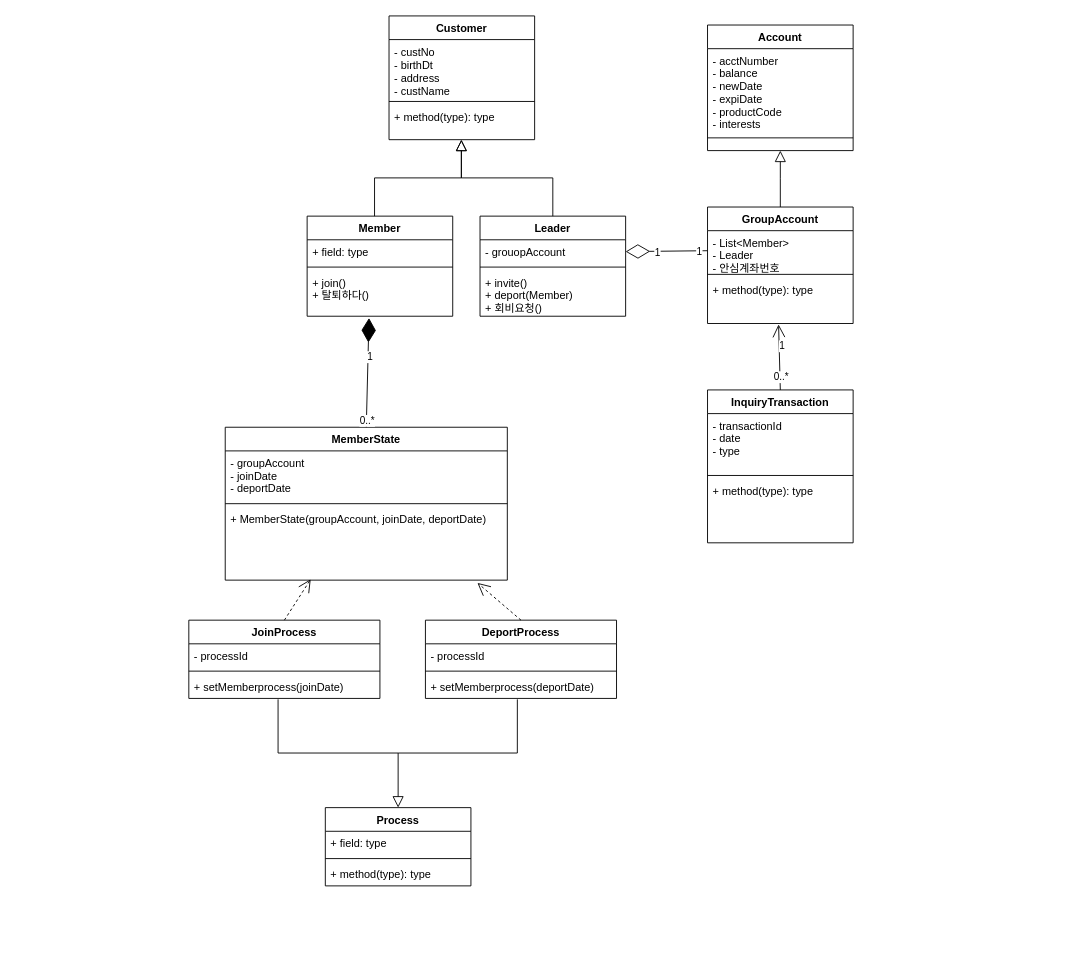
Before: Class Diagram.drawio in h22j2n/BeakJoon, a draw.io diagram. Source tidied: cells renumbered, new cells numbered last; positions are measured from the earlier drawing's top-left corner, leaving out a move shared by most shapes. Both pictures are drawn from the tidied source at 91%, with x=0, y=0 at pixel (188, 15).
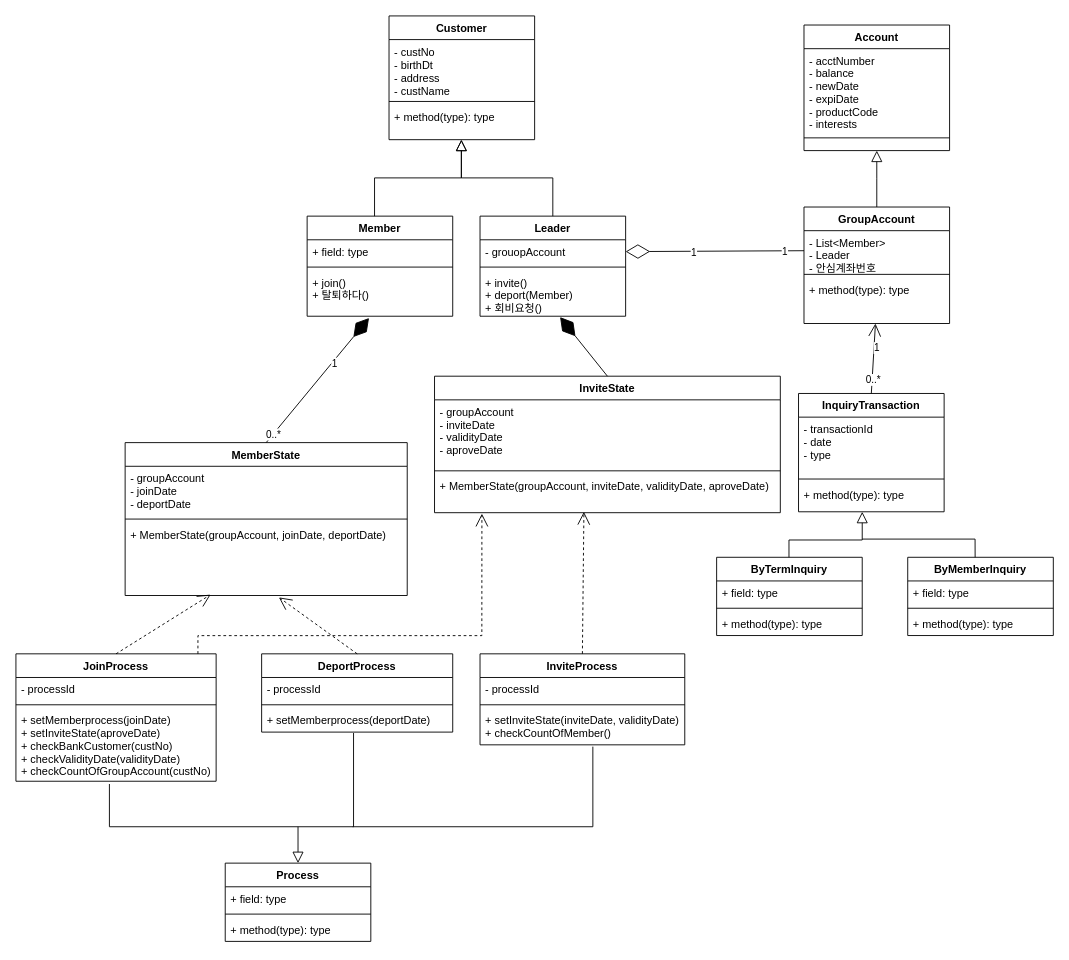
After the change.

The change refers to these unchanged cells:
```xml
<mxCell id="9" value="+ method(type): type" style="text;strokeColor=none;fillColor=none;align=left;verticalAlign=top;spacingLeft=4;spacingRight=4;overflow=hidden;points=[[0,0.5],[1,0.5]];portConstraint=eastwest;" parent="6" vertex="1">
  <mxGeometry y="78" width="160" height="50" as="geometry" />
</mxCell>
<mxCell id="21" value="+ invite()&#10;+ deport(Member)&#10;+ 회비요청()&#10;" style="text;strokeColor=none;fillColor=none;align=left;verticalAlign=top;spacingLeft=4;spacingRight=4;overflow=hidden;points=[[0,0.5],[1,0.5]];portConstraint=eastwest;" parent="18" vertex="1">
  <mxGeometry y="60" width="160" height="50" as="geometry" />
</mxCell>
<mxCell id="30" value="+ MemberState(groupAccount, joinDate, deportDate)" style="text;strokeColor=none;fillColor=none;align=left;verticalAlign=top;spacingLeft=4;spacingRight=4;overflow=hidden;points=[[0,0.5],[1,0.5]];portConstraint=eastwest;" parent="27" vertex="1">
  <mxGeometry y="88" width="310" height="80" as="geometry" />
</mxCell>
<mxCell id="41" value="+ setMemberprocess(deportDate)" style="text;strokeColor=none;fillColor=none;align=left;verticalAlign=top;spacingLeft=4;spacingRight=4;overflow=hidden;points=[[0,0.5],[1,0.5]];portConstraint=eastwest;" parent="38" vertex="1">
  <mxGeometry y="60" width="210" height="26" as="geometry" />
</mxCell>
```

What changed in the source:
```diff
@@
     <mxCell id="2" value="Account" style="swimlane;fontStyle=1;align=center;verticalAlign=top;horizontal=1;startSize=26;rounded=0;shadow=0;strokeWidth=1;" parent="1" vertex="1">
-      <mxGeometry x="570" y="10" width="160" height="138" as="geometry" />
+      <mxGeometry x="676" y="10" width="160" height="138" as="geometry" />
     </mxCell>
@@
     <mxCell id="6" value="GroupAccount" style="swimlane;fontStyle=1;align=center;verticalAlign=top;horizontal=1;startSize=26;" parent="1" vertex="1">
-      <mxGeometry x="570" y="210" width="160" height="128" as="geometry" />
+      <mxGeometry x="676" y="210" width="160" height="128" as="geometry" />
     </mxCell>
@@
     <mxCell id="27" value="MemberState" style="swimlane;fontStyle=1;align=center;verticalAlign=top;horizontal=1;startSize=26;" parent="1" vertex="1">
-      <mxGeometry x="40" y="452" width="310" height="168" as="geometry" />
+      <mxGeometry x="-70" y="468.9" width="310" height="168" as="geometry" />
     </mxCell>
@@
     <mxCell id="34" value="JoinProcess" style="swimlane;fontStyle=1;align=center;verticalAlign=top;horizontal=1;startSize=26;" parent="1" vertex="1">
-      <mxGeometry y="664" width="210" height="86" as="geometry" />
+      <mxGeometry x="-190" y="701" width="220" height="140" as="geometry" />
     </mxCell>
     <mxCell id="35" value="- processId" style="text;strokeColor=none;fillColor=none;align=left;verticalAlign=top;spacingLeft=4;spacingRight=4;overflow=hidden;" parent="34" vertex="1">
-      <mxGeometry y="26" width="210" height="26" as="geometry" />
+      <mxGeometry y="26" width="220" height="26" as="geometry" />
     </mxCell>
     <mxCell id="36" style="line;strokeWidth=1;fillColor=none;align=left;verticalAlign=middle;spacingTop=-1;spacingLeft=3;spacingRight=3;labelPosition=right;" parent="34" vertex="1">
-      <mxGeometry y="52" width="210" height="8" as="geometry" />
+      <mxGeometry y="52" width="220" height="8" as="geometry" />
     </mxCell>
-    <mxCell id="37" value="+ setMemberprocess(joinDate)" style="text;strokeColor=none;fillColor=none;align=left;verticalAlign=top;spacingLeft=4;spacingRight=4;overflow=hidden;points=[[0,0.5],[1,0.5]];portConstraint=eastwest;" parent="34" vertex="1">
-      <mxGeometry y="60" width="210" height="26" as="geometry" />
+    <mxCell id="37" value="+ setMemberprocess(joinDate)&#10;+ setInviteState(aproveDate)&#10;+ checkBankCustomer(custNo)&#10;+ checkValidityDate(validityDate)&#10;+ checkCountOfGroupAccount(custNo)" style="text;strokeColor=none;fillColor=none;align=left;verticalAlign=top;spacingLeft=4;spacingRight=4;overflow=hidden;points=[[0,0.5],[1,0.5]];portConstraint=eastwest;" parent="34" vertex="1">
+      <mxGeometry y="60" width="220" height="80" as="geometry" />
     </mxCell>
     <mxCell id="38" value="DeportProcess" style="swimlane;fontStyle=1;align=center;verticalAlign=top;horizontal=1;startSize=26;" parent="1" vertex="1">
-      <mxGeometry x="260" y="664" width="210" height="86" as="geometry" />
+      <mxGeometry x="80" y="701" width="210" height="86" as="geometry" />
     </mxCell>
@@
     <mxCell id="42" value="Process" style="swimlane;fontStyle=1;align=center;verticalAlign=top;horizontal=1;startSize=26;" parent="1" vertex="1">
-      <mxGeometry x="150" y="870" width="160" height="86" as="geometry" />
+      <mxGeometry x="40" y="931" width="160" height="86" as="geometry" />
     </mxCell>
@@
-    <mxCell id="47" style="endArrow=open;endSize=12;dashed=1;html=1;exitX=0.5;exitY=0;exitDx=0;exitDy=0;entryX=0.894;entryY=1.038;entryDx=0;entryDy=0;entryPerimeter=0;" parent="1" edge="1" source="38" target="30">
+    <mxCell id="47" style="endArrow=open;endSize=12;dashed=1;html=1;exitX=0.5;exitY=0;exitDx=0;exitDy=0;entryX=0.545;entryY=1.026;entryDx=0;entryDy=0;entryPerimeter=0;" parent="1" edge="1" source="38" target="30">
       <mxGeometry relative="1" as="geometry" />
     </mxCell>
     <mxCell id="48" style="endArrow=block;endSize=10;endFill=0;shadow=0;strokeWidth=1;rounded=0;edgeStyle=elbowEdgeStyle;elbow=vertical;exitX=0.467;exitY=1.038;exitDx=0;exitDy=0;entryX=0.5;entryY=0;entryDx=0;entryDy=0;exitPerimeter=0;" parent="1" edge="1" source="37" target="42">
-      <mxGeometry relative="1" as="geometry" />
+      <mxGeometry relative="1" as="geometry">
+        <Array as="points">
+          <mxPoint x="80" y="891" />
+          <mxPoint x="60" y="837.9" />
+        </Array>
+      </mxGeometry>
     </mxCell>
     <mxCell id="49" style="endArrow=none;html=1;entryX=0.481;entryY=1.038;entryDx=0;entryDy=0;entryPerimeter=0;rounded=0;" parent="1" edge="1" target="41">
       <mxGeometry relative="1" as="geometry">
-        <mxPoint x="230" y="810" as="sourcePoint" />
+        <mxPoint x="120" y="891" as="sourcePoint" />
         <Array as="points">
-          <mxPoint x="361" y="810" />
+          <mxPoint x="181" y="891" />
         </Array>
       </mxGeometry>
     </mxCell>
     <mxCell id="50" value="InquiryTransaction" style="swimlane;fontStyle=1;align=center;verticalAlign=top;horizontal=1;startSize=26;" parent="1" vertex="1">
-      <mxGeometry x="570" y="411" width="160" height="168" as="geometry" />
+      <mxGeometry x="670" y="414.9" width="160" height="130" as="geometry" />
     </mxCell>
@@
     <mxCell id="53" value="+ method(type): type" style="text;strokeColor=none;fillColor=none;align=left;verticalAlign=top;spacingLeft=4;spacingRight=4;overflow=hidden;" parent="50" vertex="1">
-      <mxGeometry y="98" width="160" height="70" as="geometry" />
+      <mxGeometry y="98" width="160" height="32" as="geometry" />
     </mxCell>
-    <mxCell id="54" style="endArrow=open;endFill=1;endSize=12;html=1;exitX=0.5;exitY=0;exitDx=0;exitDy=0;entryX=0.488;entryY=1.02;entryDx=0;entryDy=0;entryPerimeter=0;" parent="1" edge="1" source="50" target="9">
+    <mxCell id="54" style="endArrow=open;endFill=1;endSize=12;html=1;exitX=0.5;exitY=0;exitDx=0;exitDy=0;" parent="1" edge="1" source="50" target="9">
       <mxGeometry relative="1" as="geometry" />
     </mxCell>
@@
+    <mxCell id="57" value="ByTermInquiry" style="swimlane;fontStyle=1;align=center;verticalAlign=top;horizontal=1;startSize=26;" parent="1" vertex="1">
+      <mxGeometry x="580" y="594.9" width="160" height="86" as="geometry" />
+    </mxCell>
+    <mxCell id="58" value="+ field: type" style="text;strokeColor=none;fillColor=none;align=left;verticalAlign=top;spacingLeft=4;spacingRight=4;overflow=hidden;" parent="57" vertex="1">
+      <mxGeometry y="26" width="160" height="26" as="geometry" />
+    </mxCell>
+    <mxCell id="59" style="line;strokeWidth=1;fillColor=none;align=left;verticalAlign=middle;spacingTop=-1;spacingLeft=3;spacingRight=3;labelPosition=right;" parent="57" vertex="1">
+      <mxGeometry y="52" width="160" height="8" as="geometry" />
+    </mxCell>
+    <mxCell id="60" value="+ method(type): type" style="text;strokeColor=none;fillColor=none;align=left;verticalAlign=top;spacingLeft=4;spacingRight=4;overflow=hidden;" parent="57" vertex="1">
+      <mxGeometry y="60" width="160" height="26" as="geometry" />
+    </mxCell>
+    <mxCell id="61" value="ByMemberInquiry" style="swimlane;fontStyle=1;align=center;verticalAlign=top;horizontal=1;startSize=26;" parent="1" vertex="1">
+      <mxGeometry x="790" y="594.9" width="160" height="86" as="geometry" />
+    </mxCell>
+    <mxCell id="62" value="+ field: type" style="text;strokeColor=none;fillColor=none;align=left;verticalAlign=top;spacingLeft=4;spacingRight=4;overflow=hidden;" parent="61" vertex="1">
+      <mxGeometry y="26" width="160" height="26" as="geometry" />
+    </mxCell>
+    <mxCell id="63" style="line;strokeWidth=1;fillColor=none;align=left;verticalAlign=middle;spacingTop=-1;spacingLeft=3;spacingRight=3;labelPosition=right;" parent="61" vertex="1">
+      <mxGeometry y="52" width="160" height="8" as="geometry" />
+    </mxCell>
+    <mxCell id="64" value="+ method(type): type" style="text;strokeColor=none;fillColor=none;align=left;verticalAlign=top;spacingLeft=4;spacingRight=4;overflow=hidden;" parent="61" vertex="1">
+      <mxGeometry y="60" width="160" height="26" as="geometry" />
+    </mxCell>
+    <mxCell id="65" style="endArrow=block;endSize=10;endFill=0;shadow=0;strokeWidth=1;rounded=0;edgeStyle=elbowEdgeStyle;elbow=vertical;exitX=0.5;exitY=0;exitDx=0;exitDy=0;" parent="1" edge="1">
+      <mxGeometry relative="1" as="geometry">
+        <mxPoint x="659.5" y="594.9" as="sourcePoint" />
+        <mxPoint x="740" y="544.9" as="targetPoint" />
+        <Array as="points">
+          <mxPoint x="649.5" y="575.9" />
+        </Array>
+      </mxGeometry>
+    </mxCell>
+    <mxCell id="66" style="endArrow=none;html=1;entryX=0.463;entryY=0;entryDx=0;entryDy=0;entryPerimeter=0;rounded=0;" parent="1" edge="1" target="61">
+      <mxGeometry relative="1" as="geometry">
+        <mxPoint x="740" y="574.9" as="sourcePoint" />
+        <Array as="points">
+          <mxPoint x="864" y="574.9" />
+        </Array>
+      </mxGeometry>
+    </mxCell>
+    <mxCell id="67" value="InviteState" style="swimlane;fontStyle=1;align=center;verticalAlign=top;horizontal=1;startSize=26;" parent="1" vertex="1">
+      <mxGeometry x="270" y="395.9" width="380" height="150" as="geometry" />
+    </mxCell>
+    <mxCell id="68" value="- groupAccount&#10;- inviteDate&#10;- validityDate&#10;- aproveDate" style="text;strokeColor=none;fillColor=none;align=left;verticalAlign=top;spacingLeft=4;spacingRight=4;overflow=hidden;" parent="67" vertex="1">
+      <mxGeometry y="26" width="380" height="74" as="geometry" />
+    </mxCell>
+    <mxCell id="69" style="line;strokeWidth=1;fillColor=none;align=left;verticalAlign=middle;spacingTop=-1;spacingLeft=3;spacingRight=3;labelPosition=right;" parent="67" vertex="1">
+      <mxGeometry y="100" width="380" height="8" as="geometry" />
+    </mxCell>
+    <mxCell id="70" value="+ MemberState(groupAccount, inviteDate, validityDate, aproveDate)" style="text;strokeColor=none;fillColor=none;align=left;verticalAlign=top;spacingLeft=4;spacingRight=4;overflow=hidden;points=[[0,0.5],[1,0.5]];portConstraint=eastwest;" parent="67" vertex="1">
+      <mxGeometry y="108" width="380" height="42" as="geometry" />
+    </mxCell>
+    <mxCell id="71" style="endArrow=diamondThin;endFill=1;endSize=24;html=1;entryX=0.55;entryY=1.02;entryDx=0;entryDy=0;entryPerimeter=0;exitX=0.5;exitY=0;exitDx=0;exitDy=0;" parent="1" edge="1" source="67" target="21">
+      <mxGeometry relative="1" as="geometry" />
+    </mxCell>
+    <mxCell id="72" value="InviteProcess" style="swimlane;fontStyle=1;align=center;verticalAlign=top;horizontal=1;startSize=26;" parent="1" vertex="1">
+      <mxGeometry x="320" y="701" width="225" height="100" as="geometry" />
+    </mxCell>
+    <mxCell id="73" value="- processId" style="text;strokeColor=none;fillColor=none;align=left;verticalAlign=top;spacingLeft=4;spacingRight=4;overflow=hidden;" parent="72" vertex="1">
+      <mxGeometry y="26" width="225" height="26" as="geometry" />
+    </mxCell>
+    <mxCell id="74" style="line;strokeWidth=1;fillColor=none;align=left;verticalAlign=middle;spacingTop=-1;spacingLeft=3;spacingRight=3;labelPosition=right;" parent="72" vertex="1">
+      <mxGeometry y="52" width="225" height="8" as="geometry" />
+    </mxCell>
+    <mxCell id="75" value="+ setInviteState(inviteDate, validityDate)&#10;+ checkCountOfMember()" style="text;strokeColor=none;fillColor=none;align=left;verticalAlign=top;spacingLeft=4;spacingRight=4;overflow=hidden;points=[[0,0.5],[1,0.5]];portConstraint=eastwest;" parent="72" vertex="1">
+      <mxGeometry y="60" width="225" height="40" as="geometry" />
+    </mxCell>
+    <mxCell id="76" style="endArrow=open;endSize=12;dashed=1;html=1;entryX=0.137;entryY=1.025;entryDx=0;entryDy=0;entryPerimeter=0;exitX=0.5;exitY=0;exitDx=0;exitDy=0;rounded=0;" parent="1" edge="1" target="70">
+      <mxGeometry relative="1" as="geometry">
+        <mxPoint x="10" y="701" as="sourcePoint" />
+        <Array as="points">
+          <mxPoint x="10" y="681" />
+          <mxPoint x="322" y="681" />
+        </Array>
+      </mxGeometry>
+    </mxCell>
+    <mxCell id="77" style="endArrow=open;endSize=12;dashed=1;html=1;exitX=0.5;exitY=0;exitDx=0;exitDy=0;entryX=0.432;entryY=0.978;entryDx=0;entryDy=0;entryPerimeter=0;" parent="1" edge="1" source="72" target="70">
+      <mxGeometry relative="1" as="geometry" />
+    </mxCell>
+    <mxCell id="78" style="endArrow=none;html=1;rounded=0;entryX=0.551;entryY=1.05;entryDx=0;entryDy=0;entryPerimeter=0;" parent="1" edge="1" target="75">
+      <mxGeometry relative="1" as="geometry">
+        <mxPoint x="180" y="891" as="sourcePoint" />
+        <Array as="points">
+          <mxPoint x="444" y="891" />
+        </Array>
+      </mxGeometry>
+    </mxCell>
```
